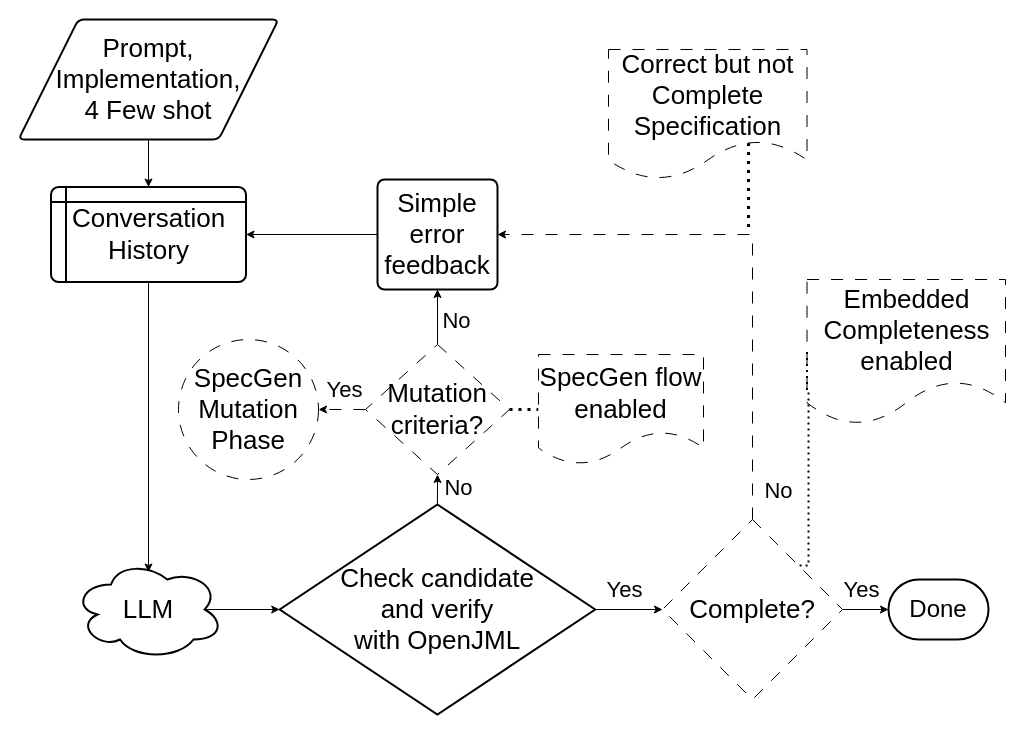
Earlier version of the draw.io diagram figures/flowcharts/Flowchart.drawio (caiovpsilveira/Postcondition-Completeness). Source tidied: cells renumbered, new cells numbered last; positions are measured from the earlier drawing's top-left corner, leaving out a move shared by most shapes. Both pictures are drawn from the tidied source at 100%, with x=0, y=0 at pixel (18, 19).
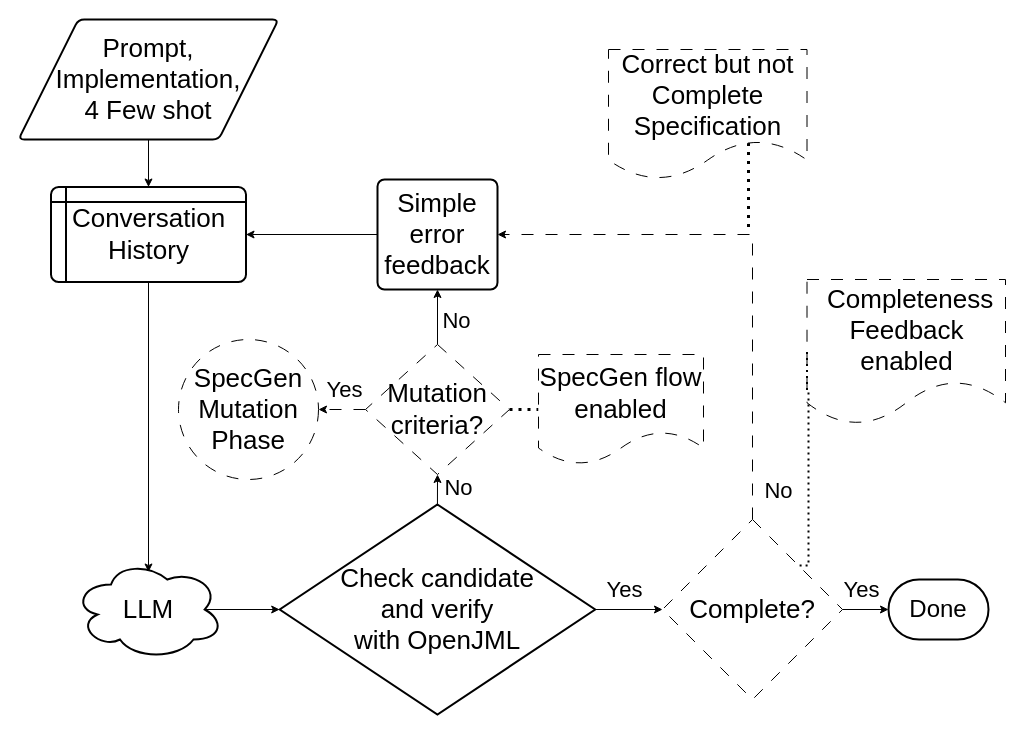
Above is the later version.

Change to the diagram source:
```diff
@@
-    <mxCell id="31" value="&lt;div&gt;&lt;font style=&quot;font-size: 26px;&quot;&gt;&lt;br&gt;&lt;/font&gt;&lt;/div&gt;&lt;div&gt;&lt;font style=&quot;font-size: 26px;&quot;&gt;Embedded Completeness&lt;/font&gt;&lt;/div&gt;&lt;div&gt;&lt;font style=&quot;font-size: 26px;&quot;&gt;enabled&lt;/font&gt;&lt;/div&gt;&lt;div&gt;&lt;font style=&quot;font-size: 26px;&quot;&gt;&lt;br&gt;&lt;/font&gt;&lt;/div&gt;" style="shape=document;whiteSpace=wrap;html=1;boundedLbl=1;dashed=1;dashPattern=12 12;" parent="1" vertex="1">
+    <mxCell id="31" value="&lt;div&gt;&lt;font style=&quot;font-size: 26px;&quot;&gt;&lt;br&gt;&lt;/font&gt;&lt;/div&gt;&lt;div&gt;&lt;font style=&quot;font-size: 26px;&quot;&gt;&amp;nbsp;Completeness&lt;/font&gt;&lt;/div&gt;&lt;div&gt;&lt;font style=&quot;font-size: 26px;&quot;&gt;Feedback&lt;/font&gt;&lt;/div&gt;&lt;div&gt;&lt;font style=&quot;font-size: 26px;&quot;&gt;enabled&lt;/font&gt;&lt;/div&gt;&lt;div&gt;&lt;font style=&quot;font-size: 26px;&quot;&gt;&lt;br&gt;&lt;/font&gt;&lt;/div&gt;" style="shape=document;whiteSpace=wrap;html=1;boundedLbl=1;dashed=1;dashPattern=12 12;" parent="1" vertex="1">
       <mxGeometry x="788.5" y="260" width="198.5" height="145" as="geometry" />
     </mxCell>
```
